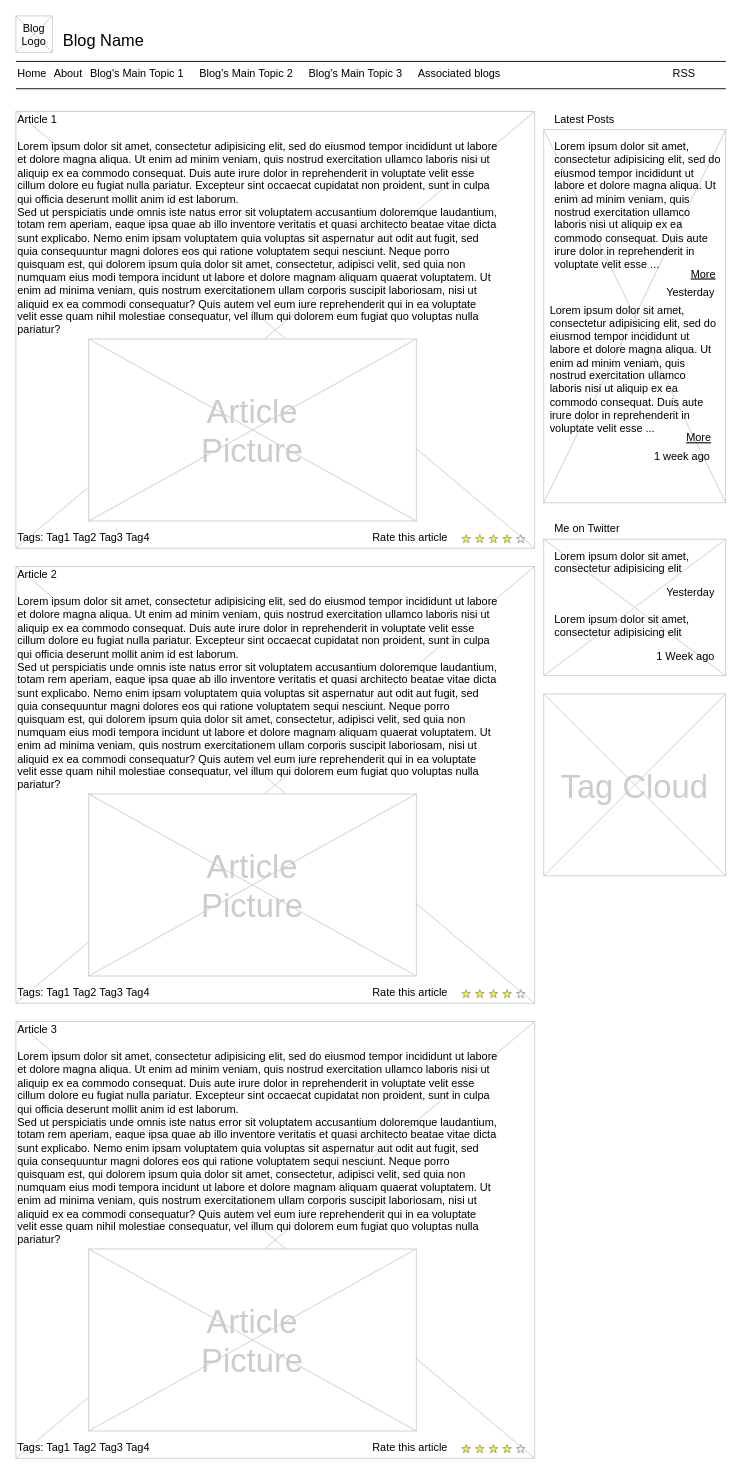
The draw.io diagram questionnaire.drawio in marina-bozic/s3-terraform, before the edit. Source tidied: cells renumbered, new cells numbered last; positions are measured from the earlier drawing's top-left corner, leaving out a move shared by most shapes. Both pictures are drawn from the tidied source at 91%, with x=0, y=0 at pixel (15, 15).
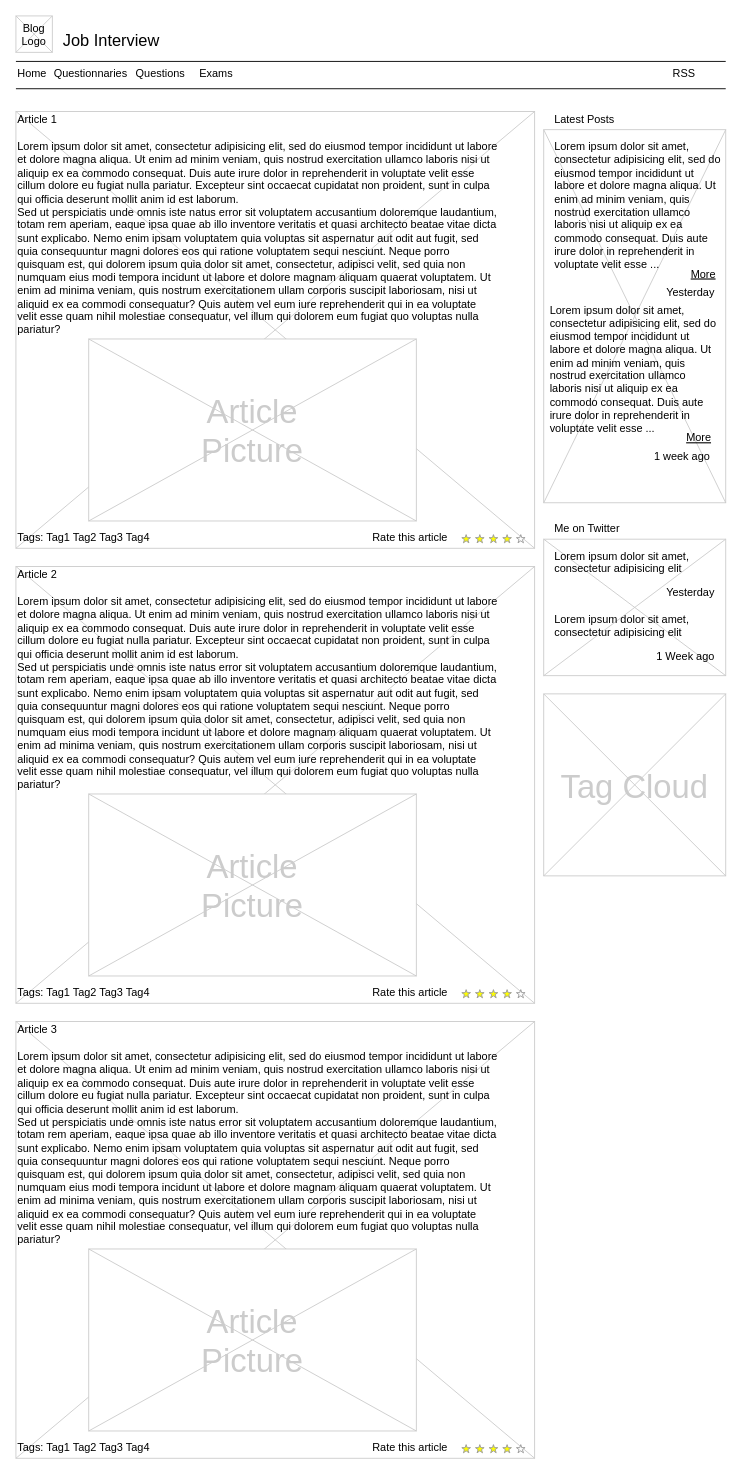
After the change.

Diff of the diagram source:
```diff
@@
-    <mxCell id="4" value="Blog Name" style="text;spacingTop=-5;fontSize=18;fontStyle=0;" parent="1" vertex="1">
+    <mxCell id="4" value="Job Interview" style="text;spacingTop=-5;fontSize=18;fontStyle=0;" parent="1" vertex="1">
       <mxGeometry x="50" y="15" width="230" height="20" as="geometry" />
     </mxCell>
@@
-    <mxCell id="8" value="About" style="text;spacingTop=-5;" parent="1" vertex="1">
+    <mxCell id="8" value="Questionnaries" style="text;spacingTop=-5;" parent="1" vertex="1">
       <mxGeometry x="40" y="55" width="30" height="20" as="geometry" />
     </mxCell>
-    <mxCell id="9" value="Associated blogs" style="text;spacingTop=-5;" parent="1" vertex="1">
-      <mxGeometry x="440" y="55" width="30" height="20" as="geometry" />
-    </mxCell>
@@
-    <mxCell id="22" value="Blog's Main Topic 1" style="text;spacingTop=-5;" parent="1" vertex="1">
-      <mxGeometry x="80" y="55" width="30" height="20" as="geometry" />
-    </mxCell>
-    <mxCell id="23" value="Blog's Main Topic 2" style="text;spacingTop=-5;" parent="1" vertex="1">
-      <mxGeometry x="200" y="55" width="30" height="20" as="geometry" />
+    <mxCell id="23" value="Questions" style="text;spacingTop=-5;" parent="1" vertex="1">
+      <mxGeometry x="130" y="55" width="30" height="20" as="geometry" />
     </mxCell>
-    <mxCell id="24" value="Blog's Main Topic 3" style="text;spacingTop=-5;" parent="1" vertex="1">
-      <mxGeometry x="320" y="55" width="30" height="20" as="geometry" />
-    </mxCell>
@@
+    <mxCell id="54" value="Exams" style="text;spacingTop=-5;" parent="1" vertex="1">
+      <mxGeometry x="200" y="55" width="30" height="20" as="geometry" />
+    </mxCell>
```
